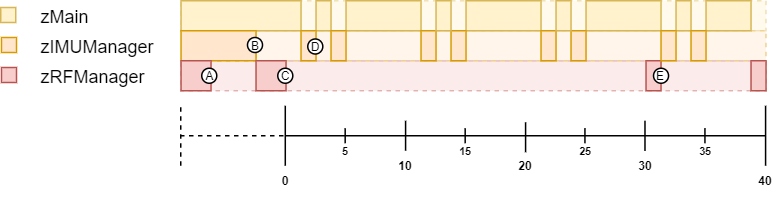
This is 5. Verification/3. Verification/1. Software Specification/task_timeline-remote.png from esrg-silent-howl/zephyrus, a draw.io export, as it was before one commit. Source tidied: cells renumbered, new cells last; positions are measured from the earlier drawing's top-left corner, leaving out a move shared by most shapes.
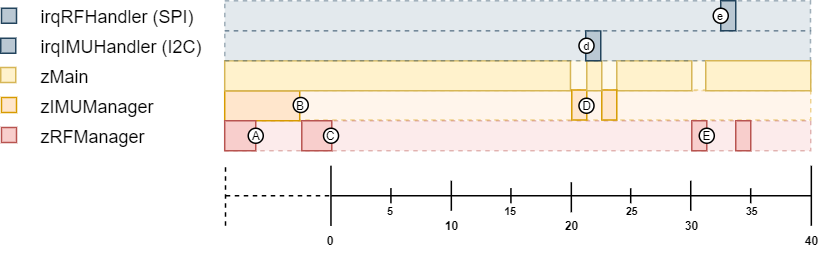
After the change.

Change to the diagram source:
```diff
@@ -2,78 +2,78 @@
   <root>
     <mxCell id="0" />
     <mxCell id="1" parent="0" />
-    <mxCell id="2" style="rounded=0;whiteSpace=wrap;html=1;strokeColor=#d6b656;fillColor=#fff2cc;dashed=1;opacity=40;" parent="1" vertex="1">
-      <mxGeometry x="120.2" width="390" height="20" as="geometry" />
-    </mxCell>
-    <mxCell id="3" style="rounded=0;whiteSpace=wrap;html=1;strokeColor=#b85450;fillColor=#f8cecc;dashed=1;opacity=40;" parent="1" vertex="1">
-      <mxGeometry x="120.2" y="40" width="390" height="20" as="geometry" />
-    </mxCell>
-    <mxCell id="4" style="endArrow=none;html=1;" parent="1" edge="1">
-      <mxGeometry relative="1" as="geometry">
-        <mxPoint x="189.9" y="90" as="sourcePoint" />
-        <mxPoint x="509.7" y="90" as="targetPoint" />
-      </mxGeometry>
-    </mxCell>
-    <mxCell id="5" style="endArrow=none;html=1;" parent="1" edge="1">
-      <mxGeometry relative="1" as="geometry">
-        <mxPoint x="269.9" y="100" as="sourcePoint" />
-        <mxPoint x="269.9" y="80" as="targetPoint" />
-      </mxGeometry>
-    </mxCell>
-    <mxCell id="6" style="endArrow=none;html=1;" parent="1" edge="1">
-      <mxGeometry relative="1" as="geometry">
-        <mxPoint x="349.9" y="101" as="sourcePoint" />
-        <mxPoint x="349.9" y="81" as="targetPoint" />
-      </mxGeometry>
-    </mxCell>
-    <mxCell id="7" style="endArrow=none;html=1;" parent="1" edge="1">
-      <mxGeometry relative="1" as="geometry">
-        <mxPoint x="429.5" y="100" as="sourcePoint" />
-        <mxPoint x="429.5" y="80" as="targetPoint" />
-      </mxGeometry>
-    </mxCell>
-    <mxCell id="8" style="endArrow=none;html=1;" parent="1" edge="1">
-      <mxGeometry relative="1" as="geometry">
-        <mxPoint x="509.9" y="110" as="sourcePoint" />
-        <mxPoint x="509.9" y="70" as="targetPoint" />
-      </mxGeometry>
-    </mxCell>
-    <mxCell id="9" style="endArrow=none;html=1;" parent="1" edge="1">
-      <mxGeometry relative="1" as="geometry">
-        <mxPoint x="189.7" y="110" as="sourcePoint" />
-        <mxPoint x="189.7" y="70" as="targetPoint" />
-      </mxGeometry>
-    </mxCell>
+    <mxCell id="59" style="rounded=0;whiteSpace=wrap;html=1;strokeColor=#d6b656;fillColor=#fff2cc;dashed=1;opacity=40;" parent="1" vertex="1">
+      <mxGeometry x="119.5" width="390" height="20" as="geometry" />
+    </mxCell>
+    <mxCell id="60" style="rounded=0;whiteSpace=wrap;html=1;strokeColor=#b85450;fillColor=#f8cecc;dashed=1;opacity=40;" parent="1" vertex="1">
+      <mxGeometry x="119.5" y="40" width="390" height="20" as="geometry" />
+    </mxCell>
+    <mxCell id="61" style="endArrow=none;html=1;" parent="1" edge="1">
+      <mxGeometry relative="1" as="geometry">
+        <mxPoint x="189.9" y="90" as="sourcePoint" />
+        <mxPoint x="509.7" y="90" as="targetPoint" />
+      </mxGeometry>
+    </mxCell>
+    <mxCell id="62" style="endArrow=none;html=1;" parent="1" edge="1">
+      <mxGeometry relative="1" as="geometry">
+        <mxPoint x="269.9" y="100" as="sourcePoint" />
+        <mxPoint x="269.9" y="80" as="targetPoint" />
+      </mxGeometry>
+    </mxCell>
+    <mxCell id="63" style="endArrow=none;html=1;" parent="1" edge="1">
+      <mxGeometry relative="1" as="geometry">
+        <mxPoint x="349.9" y="101" as="sourcePoint" />
+        <mxPoint x="349.9" y="81" as="targetPoint" />
+      </mxGeometry>
+    </mxCell>
+    <mxCell id="64" style="endArrow=none;html=1;" parent="1" edge="1">
+      <mxGeometry relative="1" as="geometry">
+        <mxPoint x="429.5" y="100" as="sourcePoint" />
+        <mxPoint x="429.5" y="80" as="targetPoint" />
+      </mxGeometry>
+    </mxCell>
+    <mxCell id="65" style="endArrow=none;html=1;" parent="1" edge="1">
+      <mxGeometry relative="1" as="geometry">
+        <mxPoint x="509.9" y="110" as="sourcePoint" />
+        <mxPoint x="509.9" y="70" as="targetPoint" />
+      </mxGeometry>
+    </mxCell>
+    <mxCell id="66" style="endArrow=none;html=1;" parent="1" edge="1">
+      <mxGeometry relative="1" as="geometry">
+        <mxPoint x="189.6" y="110" as="sourcePoint" />
+        <mxPoint x="189.6" y="70" as="targetPoint" />
+      </mxGeometry>
+    </mxCell>
     <mxCell id="10" style="text;html=1;align=center;verticalAlign=middle;whiteSpace=wrap;rounded=0;fontSize=11;fillColor=#ffe6cc;strokeColor=#d79b00;" parent="1" vertex="1">
-      <mxGeometry x="0.5" y="24.5" width="10" height="10" as="geometry" />
+      <mxGeometry x="-30" y="24.5" width="10" height="10" as="geometry" />
     </mxCell>
     <mxCell id="11" value="zIMUManager" style="text;html=1;strokeColor=none;fillColor=none;align=left;verticalAlign=middle;whiteSpace=wrap;rounded=0;" parent="1" vertex="1">
-      <mxGeometry x="25.2" y="19.5" width="86" height="20" as="geometry" />
+      <mxGeometry x="-5.3" y="19.5" width="86" height="20" as="geometry" />
     </mxCell>
     <mxCell id="12" value="zRFManager" style="text;html=1;strokeColor=none;fillColor=none;align=left;verticalAlign=middle;whiteSpace=wrap;rounded=0;" parent="1" vertex="1">
-      <mxGeometry x="25.2" y="40" width="85" height="20" as="geometry" />
+      <mxGeometry x="-5.3" y="40" width="85" height="20" as="geometry" />
     </mxCell>
     <mxCell id="13" style="text;html=1;align=center;verticalAlign=middle;whiteSpace=wrap;rounded=0;fontSize=11;fillColor=#f8cecc;strokeColor=#b85450;" parent="1" vertex="1">
-      <mxGeometry x="0.5" y="44.5" width="10" height="10" as="geometry" />
+      <mxGeometry x="-30" y="44.5" width="10" height="10" as="geometry" />
     </mxCell>
     <mxCell id="14" value="zMain" style="text;html=1;strokeColor=none;fillColor=none;align=left;verticalAlign=middle;whiteSpace=wrap;rounded=0;" parent="1" vertex="1">
-      <mxGeometry x="25.2" width="45" height="20" as="geometry" />
+      <mxGeometry x="-5.3" width="45" height="20" as="geometry" />
     </mxCell>
     <mxCell id="15" style="rounded=0;whiteSpace=wrap;html=1;fillColor=#fff2cc;strokeColor=#d6b656;" parent="1" vertex="1">
-      <mxGeometry y="4.5" width="10" height="10" as="geometry" />
+      <mxGeometry x="-30.5" y="4.5" width="10" height="10" as="geometry" />
     </mxCell>
-    <mxCell id="16" style="endArrow=none;html=1;dashed=1;" parent="1" edge="1">
-      <mxGeometry relative="1" as="geometry">
-        <mxPoint x="119.5" y="90" as="sourcePoint" />
-        <mxPoint x="189.5" y="90" as="targetPoint" />
-      </mxGeometry>
-    </mxCell>
-    <mxCell id="17" style="endArrow=none;html=1;dashed=1;" parent="1" edge="1">
-      <mxGeometry relative="1" as="geometry">
-        <mxPoint x="120" y="110" as="sourcePoint" />
-        <mxPoint x="120" y="70" as="targetPoint" />
-      </mxGeometry>
-    </mxCell>
+    <mxCell id="67" style="endArrow=none;html=1;dashed=1;" parent="1" edge="1">
+      <mxGeometry relative="1" as="geometry">
+        <mxPoint x="119.5" y="90" as="sourcePoint" />
+        <mxPoint x="189.5" y="90" as="targetPoint" />
+      </mxGeometry>
+    </mxCell>
+    <mxCell id="68" style="endArrow=none;html=1;dashed=1;" parent="1" edge="1">
+      <mxGeometry relative="1" as="geometry">
+        <mxPoint x="119.3" y="110" as="sourcePoint" />
+        <mxPoint x="119.3" y="70" as="targetPoint" />
+      </mxGeometry>
+    </mxCell>
     <mxCell id="18" value="10" style="text;html=1;strokeColor=none;fillColor=none;align=center;verticalAlign=middle;whiteSpace=wrap;rounded=0;fontSize=8;fontStyle=1;" parent="1" vertex="1">
       <mxGeometry x="260.1" y="100" width="19.6" height="20" as="geometry" />
     </mxCell>
@@ -89,30 +89,30 @@
     <mxCell id="22" value="40" style="text;html=1;strokeColor=none;fillColor=none;align=center;verticalAlign=middle;whiteSpace=wrap;rounded=0;fontSize=8;fontStyle=1;" parent="1" vertex="1">
       <mxGeometry x="500.1" y="110" width="19.6" height="20" as="geometry" />
     </mxCell>
-    <mxCell id="23" style="endArrow=none;html=1;" parent="1" edge="1">
-      <mxGeometry relative="1" as="geometry">
-        <mxPoint x="229.6" y="95" as="sourcePoint" />
-        <mxPoint x="229.6" y="85" as="targetPoint" />
-      </mxGeometry>
-    </mxCell>
-    <mxCell id="24" style="endArrow=none;html=1;" parent="1" edge="1">
-      <mxGeometry relative="1" as="geometry">
-        <mxPoint x="309.6" y="95" as="sourcePoint" />
-        <mxPoint x="309.6" y="85" as="targetPoint" />
-      </mxGeometry>
-    </mxCell>
-    <mxCell id="25" style="endArrow=none;html=1;" parent="1" edge="1">
-      <mxGeometry relative="1" as="geometry">
-        <mxPoint x="389.5" y="95" as="sourcePoint" />
-        <mxPoint x="389.5" y="85" as="targetPoint" />
-      </mxGeometry>
-    </mxCell>
-    <mxCell id="26" style="endArrow=none;html=1;" parent="1" edge="1">
-      <mxGeometry relative="1" as="geometry">
-        <mxPoint x="469.5" y="95" as="sourcePoint" />
-        <mxPoint x="469.5" y="85" as="targetPoint" />
-      </mxGeometry>
-    </mxCell>
+    <mxCell id="69" style="endArrow=none;html=1;" parent="1" edge="1">
+      <mxGeometry relative="1" as="geometry">
+        <mxPoint x="229.6" y="95" as="sourcePoint" />
+        <mxPoint x="229.6" y="85" as="targetPoint" />
+      </mxGeometry>
+    </mxCell>
+    <mxCell id="70" style="endArrow=none;html=1;" parent="1" edge="1">
+      <mxGeometry relative="1" as="geometry">
+        <mxPoint x="309.6" y="95" as="sourcePoint" />
+        <mxPoint x="309.6" y="85" as="targetPoint" />
+      </mxGeometry>
+    </mxCell>
+    <mxCell id="71" style="endArrow=none;html=1;" parent="1" edge="1">
+      <mxGeometry relative="1" as="geometry">
+        <mxPoint x="389.5" y="95" as="sourcePoint" />
+        <mxPoint x="389.5" y="85" as="targetPoint" />
+      </mxGeometry>
+    </mxCell>
+    <mxCell id="72" style="endArrow=none;html=1;" parent="1" edge="1">
+      <mxGeometry relative="1" as="geometry">
+        <mxPoint x="469.5" y="95" as="sourcePoint" />
+        <mxPoint x="469.5" y="85" as="targetPoint" />
+      </mxGeometry>
+    </mxCell>
     <mxCell id="27" value="5" style="text;html=1;strokeColor=none;fillColor=none;align=center;verticalAlign=middle;whiteSpace=wrap;rounded=0;fontSize=7;fontStyle=1;" parent="1" vertex="1">
       <mxGeometry x="219.7" y="90" width="19.6" height="20" as="geometry" />
     </mxCell>
@@ -125,89 +125,86 @@
     <mxCell id="30" value="35" style="text;html=1;strokeColor=none;fillColor=none;align=center;verticalAlign=middle;whiteSpace=wrap;rounded=0;fontSize=7;fontStyle=1;" parent="1" vertex="1">
       <mxGeometry x="460.1" y="90" width="19.6" height="20" as="geometry" />
     </mxCell>
-    <mxCell id="31" style="rounded=0;whiteSpace=wrap;html=1;strokeColor=#d79b00;fillColor=#ffe6cc;dashed=1;opacity=40;" parent="1" vertex="1">
-      <mxGeometry x="170.2" y="20" width="340" height="20" as="geometry" />
-    </mxCell>
-    <mxCell id="32" style="rounded=0;whiteSpace=wrap;html=1;fillColor=#fff2cc;strokeColor=#d6b656;" parent="1" vertex="1">
-      <mxGeometry x="230.2" width="50" height="20" as="geometry" />
-    </mxCell>
-    <mxCell id="33" style="rounded=0;whiteSpace=wrap;html=1;strokeColor=#b85450;fillColor=#f8cecc;" parent="1" vertex="1">
-      <mxGeometry x="500.2" y="40" width="10" height="20" as="geometry" />
-    </mxCell>
-    <mxCell id="34" style="rounded=0;whiteSpace=wrap;html=1;fillColor=#fff2cc;strokeColor=#d6b656;" parent="1" vertex="1">
-      <mxGeometry x="470.2" width="30" height="20" as="geometry" />
-    </mxCell>
-    <mxCell id="35" style="rounded=0;whiteSpace=wrap;html=1;fillColor=#f8cecc;strokeColor=#b85450;" parent="1" vertex="1">
-      <mxGeometry x="430.2" y="40" width="10" height="20" as="geometry" />
-    </mxCell>
+    <mxCell id="73" style="rounded=0;whiteSpace=wrap;html=1;strokeColor=#d79b00;fillColor=#ffe6cc;dashed=1;opacity=40;" parent="1" vertex="1">
+      <mxGeometry x="119.5" y="19.5" width="390" height="20" as="geometry" />
+    </mxCell>
+    <mxCell id="74" style="rounded=0;whiteSpace=wrap;html=1;strokeColor=#b85450;fillColor=#f8cecc;" parent="1" vertex="1">
+      <mxGeometry x="459.5" y="40" width="10" height="20" as="geometry" />
+    </mxCell>
+    <mxCell id="75" style="rounded=0;whiteSpace=wrap;html=1;fillColor=#f8cecc;strokeColor=#b85450;" parent="1" vertex="1">
+      <mxGeometry x="430.2" y="40" width="10" height="20" as="geometry" />
+    </mxCell>
     <mxCell id="36" value="E" style="ellipse;whiteSpace=wrap;html=1;fontSize=8;spacingRight=0;" parent="1" vertex="1">
       <mxGeometry x="435.2" y="45" width="10" height="10" as="geometry" />
     </mxCell>
-    <mxCell id="37" style="rounded=0;whiteSpace=wrap;html=1;fillColor=#fff2cc;strokeColor=#d6b656;" parent="1" vertex="1">
-      <mxGeometry x="120.2" width="80" height="20" as="geometry" />
-    </mxCell>
-    <mxCell id="38" style="rounded=0;whiteSpace=wrap;html=1;fillColor=#ffe6cc;strokeColor=#d79b00;" parent="1" vertex="1">
-      <mxGeometry x="120.2" y="20" width="50" height="20" as="geometry" />
-    </mxCell>
+    <mxCell id="76" style="rounded=0;whiteSpace=wrap;html=1;fillColor=#ffe6cc;strokeColor=#d79b00;" parent="1" vertex="1">
+      <mxGeometry x="118.8" y="20" width="50" height="20" as="geometry" />
+    </mxCell>
     <mxCell id="39" value="B" style="ellipse;whiteSpace=wrap;html=1;fontSize=8;spacingRight=0;" parent="1" vertex="1">
       <mxGeometry x="164.5" y="24.5" width="10" height="10" as="geometry" />
     </mxCell>
-    <mxCell id="40" style="rounded=0;whiteSpace=wrap;html=1;fillColor=#f8cecc;strokeColor=#b85450;" parent="1" vertex="1">
-      <mxGeometry x="170.2" y="40" width="20" height="20" as="geometry" />
-    </mxCell>
-    <mxCell id="41" style="rounded=0;whiteSpace=wrap;html=1;fillColor=#f8cecc;strokeColor=#b85450;" parent="1" vertex="1">
-      <mxGeometry x="120.2" y="40" width="20" height="20" as="geometry" />
-    </mxCell>
+    <mxCell id="77" style="rounded=0;whiteSpace=wrap;html=1;fillColor=#f8cecc;strokeColor=#b85450;" parent="1" vertex="1">
+      <mxGeometry x="170.2" y="40" width="20" height="20" as="geometry" />
+    </mxCell>
+    <mxCell id="78" style="rounded=0;whiteSpace=wrap;html=1;fillColor=#f8cecc;strokeColor=#b85450;" parent="1" vertex="1">
+      <mxGeometry x="118.8" y="40" width="20.7" height="20" as="geometry" />
+    </mxCell>
     <mxCell id="42" value="A" style="ellipse;whiteSpace=wrap;html=1;fontSize=8;spacingRight=-1;" parent="1" vertex="1">
-      <mxGeometry x="134" y="45" width="10" height="10" as="geometry" />
+      <mxGeometry x="134.5" y="45" width="10" height="10" as="geometry" />
     </mxCell>
     <mxCell id="43" value="C" style="ellipse;whiteSpace=wrap;html=1;fontSize=8;align=center;verticalAlign=middle;spacingRight=0;spacingLeft=0;" parent="1" vertex="1">
       <mxGeometry x="184.7" y="45" width="10" height="10" as="geometry" />
     </mxCell>
-    <mxCell id="44" style="rounded=0;whiteSpace=wrap;html=1;fillColor=#fff2cc;strokeColor=#d6b656;" parent="1" vertex="1">
-      <mxGeometry x="450.2" width="10" height="20" as="geometry" />
-    </mxCell>
-    <mxCell id="45" style="rounded=0;whiteSpace=wrap;html=1;fillColor=#fff2cc;strokeColor=#d6b656;" parent="1" vertex="1">
-      <mxGeometry x="310.2" width="50" height="20" as="geometry" />
-    </mxCell>
-    <mxCell id="46" style="rounded=0;whiteSpace=wrap;html=1;fillColor=#fff2cc;strokeColor=#d6b656;" parent="1" vertex="1">
-      <mxGeometry x="390.2" width="50" height="20" as="geometry" />
-    </mxCell>
-    <mxCell id="47" style="rounded=0;whiteSpace=wrap;html=1;fillColor=#ffe6cc;strokeColor=#d79b00;" parent="1" vertex="1">
-      <mxGeometry x="280.2" y="20" width="10" height="20" as="geometry" />
-    </mxCell>
-    <mxCell id="48" style="rounded=0;whiteSpace=wrap;html=1;fillColor=#ffe6cc;strokeColor=#d79b00;" parent="1" vertex="1">
-      <mxGeometry x="360.2" y="20" width="10" height="20" as="geometry" />
-    </mxCell>
-    <mxCell id="49" style="rounded=0;whiteSpace=wrap;html=1;fillColor=#ffe6cc;strokeColor=#d79b00;" parent="1" vertex="1">
-      <mxGeometry x="440.2" y="20" width="10" height="20" as="geometry" />
-    </mxCell>
-    <mxCell id="50" style="rounded=0;whiteSpace=wrap;html=1;fillColor=#ffe6cc;strokeColor=#d79b00;" parent="1" vertex="1">
-      <mxGeometry x="300.2" y="20" width="10" height="20" as="geometry" />
-    </mxCell>
-    <mxCell id="51" style="rounded=0;whiteSpace=wrap;html=1;fillColor=#ffe6cc;strokeColor=#d79b00;" parent="1" vertex="1">
-      <mxGeometry x="380.2" y="20" width="10" height="20" as="geometry" />
-    </mxCell>
-    <mxCell id="52" style="rounded=0;whiteSpace=wrap;html=1;fillColor=#ffe6cc;strokeColor=#d79b00;" parent="1" vertex="1">
-      <mxGeometry x="460.2" y="20" width="10" height="20" as="geometry" />
-    </mxCell>
-    <mxCell id="53" style="rounded=0;whiteSpace=wrap;html=1;fillColor=#fff2cc;strokeColor=#d6b656;" parent="1" vertex="1">
-      <mxGeometry x="370.2" width="10" height="20" as="geometry" />
-    </mxCell>
-    <mxCell id="54" style="rounded=0;whiteSpace=wrap;html=1;fillColor=#fff2cc;strokeColor=#d6b656;" parent="1" vertex="1">
-      <mxGeometry x="290.2" width="10" height="20" as="geometry" />
-    </mxCell>
-    <mxCell id="55" style="rounded=0;whiteSpace=wrap;html=1;fillColor=#fff2cc;strokeColor=#d6b656;" parent="1" vertex="1">
-      <mxGeometry x="210.2" width="10" height="20" as="geometry" />
-    </mxCell>
-    <mxCell id="56" style="rounded=0;whiteSpace=wrap;html=1;fillColor=#ffe6cc;strokeColor=#d79b00;" parent="1" vertex="1">
-      <mxGeometry x="220.2" y="20" width="10" height="20" as="geometry" />
-    </mxCell>
-    <mxCell id="57" style="rounded=0;whiteSpace=wrap;html=1;fillColor=#ffe6cc;strokeColor=#d79b00;" parent="1" vertex="1">
-      <mxGeometry x="200.2" y="20" width="10" height="20" as="geometry" />
-    </mxCell>
+    <mxCell id="79" style="rounded=0;whiteSpace=wrap;html=1;fillColor=#fff2cc;strokeColor=#d6b656;" parent="1" vertex="1">
+      <mxGeometry x="118.8" width="230.5" height="20" as="geometry" />
+    </mxCell>
+    <mxCell id="80" style="rounded=0;whiteSpace=wrap;html=1;fillColor=#fff2cc;strokeColor=#d6b656;" parent="1" vertex="1">
+      <mxGeometry x="380.2" width="50" height="20" as="geometry" />
+    </mxCell>
+    <mxCell id="81" style="rounded=0;whiteSpace=wrap;html=1;fillColor=#ffe6cc;strokeColor=#d79b00;" parent="1" vertex="1">
+      <mxGeometry x="350.2" y="19.5" width="10" height="20" as="geometry" />
+    </mxCell>
+    <mxCell id="82" style="rounded=0;whiteSpace=wrap;html=1;fillColor=#ffe6cc;strokeColor=#d79b00;" parent="1" vertex="1">
+      <mxGeometry x="370.2" y="19.5" width="10" height="20" as="geometry" />
+    </mxCell>
+    <mxCell id="83" style="rounded=0;whiteSpace=wrap;html=1;fillColor=#fff2cc;strokeColor=#d6b656;" parent="1" vertex="1">
+      <mxGeometry x="360.2" width="10" height="20" as="geometry" />
+    </mxCell>
     <mxCell id="58" value="D" style="ellipse;whiteSpace=wrap;html=1;fontSize=8;" parent="1" vertex="1">
-      <mxGeometry x="204.7" y="25.5" width="10" height="10" as="geometry" />
+      <mxGeometry x="355" y="25" width="10" height="10" as="geometry" />
     </mxCell>
+    <mxCell id="84" style="rounded=0;whiteSpace=wrap;html=1;fillColor=#bac8d3;strokeColor=#23445d;dashed=1;opacity=40;" parent="1" vertex="1">
+      <mxGeometry x="118.8" y="-20" width="390.5" height="20" as="geometry" />
+    </mxCell>
+    <mxCell id="85" style="text;html=1;align=center;verticalAlign=middle;whiteSpace=wrap;rounded=0;fontSize=11;fillColor=#bac8d3;strokeColor=#23445d;" parent="1" vertex="1">
+      <mxGeometry x="-30.5" y="-15" width="10" height="10" as="geometry" />
+    </mxCell>
+    <mxCell id="86" value="irqIMUHandler (I2C)" style="text;html=1;strokeColor=none;fillColor=none;align=left;verticalAlign=middle;whiteSpace=wrap;rounded=0;" parent="1" vertex="1">
+      <mxGeometry x="-5.5" y="-20" width="125" height="20" as="geometry" />
+    </mxCell>
+    <mxCell id="87" style="rounded=0;whiteSpace=wrap;html=1;fillColor=#bac8d3;strokeColor=#23445d;" parent="1" vertex="1">
+      <mxGeometry x="359.5" y="-20" width="10" height="20" as="geometry" />
+    </mxCell>
+    <mxCell id="88" value="d" style="ellipse;whiteSpace=wrap;html=1;fontSize=7;spacingRight=0;" parent="1" vertex="1">
+      <mxGeometry x="355" y="-15" width="10" height="10" as="geometry" />
+    </mxCell>
+    <mxCell id="89" style="rounded=0;whiteSpace=wrap;html=1;fillColor=#bac8d3;strokeColor=#23445d;dashed=1;opacity=40;" parent="1" vertex="1">
+      <mxGeometry x="118.8" y="-40" width="390.5" height="20" as="geometry" />
+    </mxCell>
+    <mxCell id="90" style="rounded=0;whiteSpace=wrap;html=1;fillColor=#bac8d3;strokeColor=#23445d;" parent="1" vertex="1">
+      <mxGeometry x="449.5" y="-40" width="10" height="20" as="geometry" />
+    </mxCell>
+    <mxCell id="91" value="e" style="ellipse;whiteSpace=wrap;html=1;fontSize=7;spacingRight=0;" parent="1" vertex="1">
+      <mxGeometry x="444.5" y="-35" width="10" height="10" as="geometry" />
+    </mxCell>
+    <mxCell id="92" value="irqRFHandler (SPI)" style="text;html=1;strokeColor=none;fillColor=none;align=left;verticalAlign=middle;whiteSpace=wrap;rounded=0;" parent="1" vertex="1">
+      <mxGeometry x="-5.5" y="-40" width="125" height="20" as="geometry" />
+    </mxCell>
+    <mxCell id="93" style="text;html=1;align=center;verticalAlign=middle;whiteSpace=wrap;rounded=0;fontSize=11;fillColor=#bac8d3;strokeColor=#23445d;" parent="1" vertex="1">
+      <mxGeometry x="-30" y="-35" width="10" height="10" as="geometry" />
+    </mxCell>
+    <mxCell id="94" style="rounded=0;whiteSpace=wrap;html=1;fillColor=#fff2cc;strokeColor=#d6b656;" parent="1" vertex="1">
+      <mxGeometry x="439.5" width="70" height="20" as="geometry" />
+    </mxCell>
   </root>
 </mxGraphModel>
```
